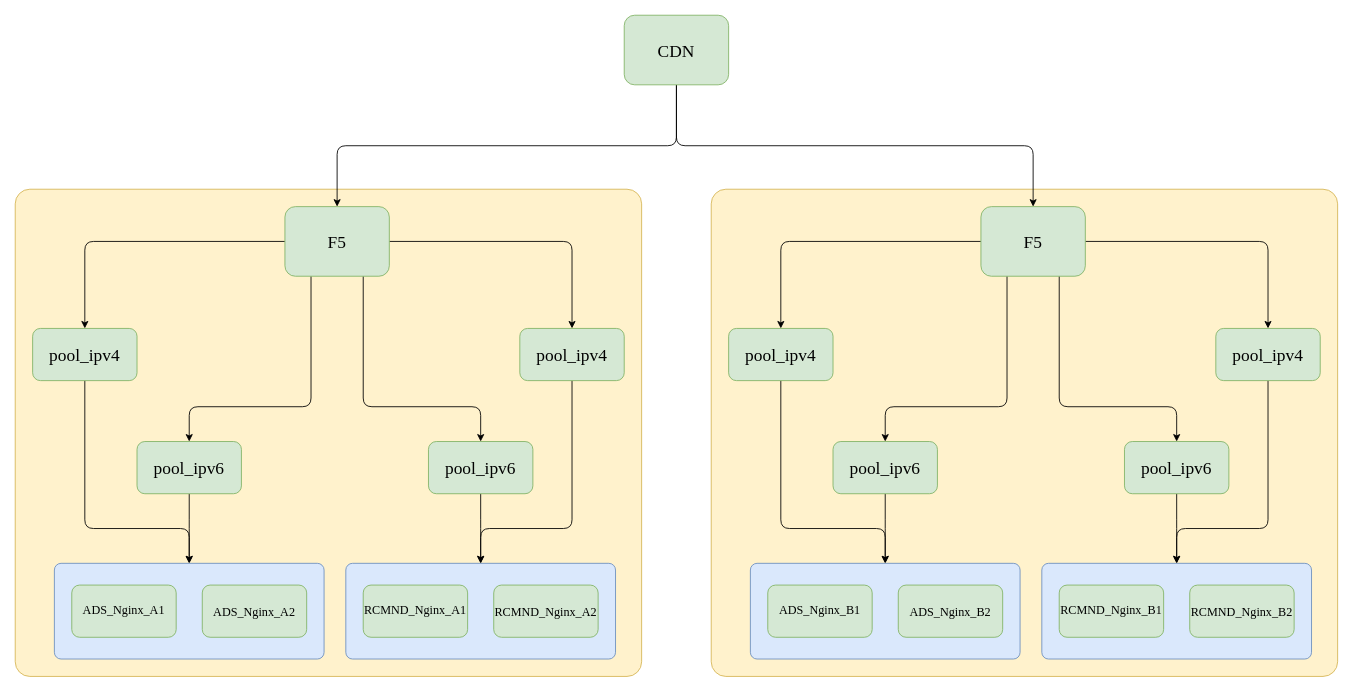
Above: 广告系统分流.drawio in TakingCoding4Granted/drawio (draw.io), before the change. Source tidied: cells renumbered, new cells numbered last; positions are measured from the earlier drawing's top-left corner, leaving out a move shared by most shapes. Both pictures are drawn from the tidied source at 87%, with x=0, y=0 at pixel (15, 15).
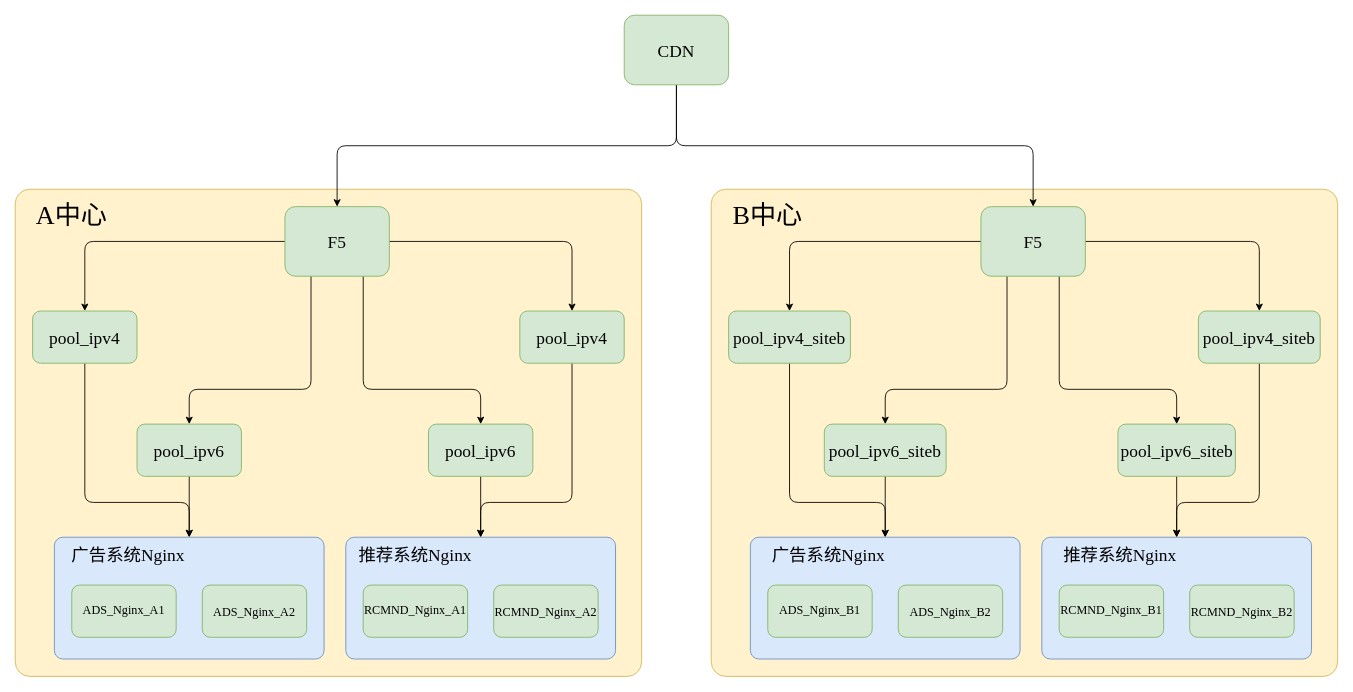
Above is the later version.

Commit message (it also covers changes not shown here):
更新广告系统分流.drawio

Unchanged cells that the change refers to:
```xml
<mxCell id="12" value="F5" style="rounded=1;whiteSpace=wrap;html=1;fontFamily=Times New Roman;fontSize=20;fillColor=#d5e8d4;strokeColor=#82b366;" parent="1" vertex="1">
  <mxGeometry x="310" y="220" width="120" height="80" as="geometry" />
</mxCell>
<mxCell id="31" value="F5" style="rounded=1;whiteSpace=wrap;html=1;fontFamily=Times New Roman;fontSize=20;fillColor=#d5e8d4;strokeColor=#82b366;" parent="1" vertex="1">
  <mxGeometry x="1110" y="220" width="120" height="80" as="geometry" />
</mxCell>
```

The edit, as a diff of the source:
```diff
@@
     <mxCell id="4" style="rounded=1;whiteSpace=wrap;html=1;fontFamily=Times New Roman;fontSize=14;fillColor=#dae8fc;strokeColor=#6c8ebf;arcSize=7;" parent="1" vertex="1">
-      <mxGeometry x="380" y="630" width="310" height="110" as="geometry" />
+      <mxGeometry x="380" y="600" width="310" height="140" as="geometry" />
     </mxCell>
@@
     <mxCell id="10" style="edgeStyle=elbowEdgeStyle;rounded=1;jettySize=auto;elbow=vertical;html=1;exitX=0.25;exitY=1;exitDx=0;exitDy=0;entryX=0.5;entryY=0;entryDx=0;entryDy=0;fontFamily=Times New Roman;fontSize=14;" parent="1" edge="1" source="12" target="16">
       <mxGeometry relative="1" as="geometry">
         <Array as="points">
-          <mxPoint x="340" y="450" />
+          <mxPoint x="280" y="430" />
         </Array>
       </mxGeometry>
     </mxCell>
     <mxCell id="11" style="edgeStyle=elbowEdgeStyle;rounded=1;jettySize=auto;elbow=vertical;html=1;exitX=0.75;exitY=1;exitDx=0;exitDy=0;fontFamily=Times New Roman;fontSize=14;entryX=0.5;entryY=0;entryDx=0;entryDy=0;" parent="1" edge="1" source="12" target="22">
       <mxGeometry relative="1" as="geometry">
         <Array as="points">
-          <mxPoint x="460" y="450" />
+          <mxPoint x="480" y="430" />
           <mxPoint x="440" y="500" />
         </Array>
       </mxGeometry>
     </mxCell>
@@
     <mxCell id="13" style="edgeStyle=elbowEdgeStyle;rounded=1;jettySize=auto;elbow=vertical;html=1;entryX=0.5;entryY=0;entryDx=0;entryDy=0;fontFamily=Times New Roman;fontSize=14;exitX=0.5;exitY=1;exitDx=0;exitDy=0;" parent="1" edge="1" source="14" target="23">
       <mxGeometry relative="1" as="geometry">
         <Array as="points">
-          <mxPoint x="140" y="590" />
+          <mxPoint x="140" y="560" />
         </Array>
       </mxGeometry>
     </mxCell>
     <mxCell id="14" value="pool_ipv4" style="rounded=1;whiteSpace=wrap;html=1;fontFamily=Times New Roman;fontSize=20;fillColor=#d5e8d4;strokeColor=#82b366;" parent="1" vertex="1">
-      <mxGeometry x="20" y="360" width="120" height="60" as="geometry" />
+      <mxGeometry x="20" y="340" width="120" height="60" as="geometry" />
     </mxCell>
@@
     <mxCell id="16" value="pool_ipv6" style="rounded=1;whiteSpace=wrap;html=1;fontFamily=Times New Roman;fontSize=20;fillColor=#d5e8d4;strokeColor=#82b366;" parent="1" vertex="1">
-      <mxGeometry x="140" y="490" width="120" height="60" as="geometry" />
+      <mxGeometry x="140" y="470" width="120" height="60" as="geometry" />
     </mxCell>
@@
     <mxCell id="19" style="edgeStyle=elbowEdgeStyle;rounded=1;jettySize=auto;elbow=vertical;html=1;exitX=0.5;exitY=1;exitDx=0;exitDy=0;entryX=0.5;entryY=0;entryDx=0;entryDy=0;fontFamily=Times New Roman;fontSize=14;" parent="1" edge="1" source="20" target="4">
       <mxGeometry relative="1" as="geometry">
         <Array as="points">
-          <mxPoint x="590" y="590" />
+          <mxPoint x="590" y="560" />
           <mxPoint x="650" y="720" />
           <mxPoint x="580" y="780" />
           <mxPoint x="560" y="590" />
           <mxPoint x="550" y="590" />
         </Array>
       </mxGeometry>
     </mxCell>
     <mxCell id="20" value="pool_ipv4" style="rounded=1;whiteSpace=wrap;html=1;fontFamily=Times New Roman;fontSize=20;fillColor=#d5e8d4;strokeColor=#82b366;" parent="1" vertex="1">
-      <mxGeometry x="580" y="360" width="120" height="60" as="geometry" />
+      <mxGeometry x="580" y="340" width="120" height="60" as="geometry" />
     </mxCell>
@@
     <mxCell id="22" value="&lt;span style=&quot;font-size: 20px;&quot;&gt;pool_ipv6&lt;/span&gt;" style="rounded=1;whiteSpace=wrap;html=1;fontFamily=Times New Roman;fontSize=20;fillColor=#d5e8d4;strokeColor=#82b366;" parent="1" vertex="1">
-      <mxGeometry x="475" y="490" width="120" height="60" as="geometry" />
+      <mxGeometry x="475" y="470" width="120" height="60" as="geometry" />
     </mxCell>
     <mxCell id="23" style="rounded=1;whiteSpace=wrap;html=1;fontFamily=Times New Roman;fontSize=14;fillColor=#dae8fc;strokeColor=#6c8ebf;arcSize=7;" parent="1" vertex="1">
-      <mxGeometry x="45" y="630" width="310" height="110" as="geometry" />
+      <mxGeometry x="45" y="600" width="310" height="140" as="geometry" />
     </mxCell>
@@
     <mxCell id="26" style="rounded=1;whiteSpace=wrap;html=1;fontFamily=Times New Roman;fontSize=14;fillColor=#dae8fc;strokeColor=#6c8ebf;arcSize=7;" parent="1" vertex="1">
-      <mxGeometry x="1180" y="630" width="310" height="110" as="geometry" />
+      <mxGeometry x="1180" y="600" width="310" height="140" as="geometry" />
     </mxCell>
@@
     <mxCell id="29" style="edgeStyle=elbowEdgeStyle;rounded=1;jettySize=auto;elbow=vertical;html=1;exitX=0.25;exitY=1;exitDx=0;exitDy=0;entryX=0.5;entryY=0;entryDx=0;entryDy=0;fontFamily=Times New Roman;fontSize=14;" parent="1" edge="1" source="31" target="35">
       <mxGeometry relative="1" as="geometry">
         <Array as="points">
-          <mxPoint x="1140" y="450" />
+          <mxPoint x="1070" y="430" />
         </Array>
       </mxGeometry>
     </mxCell>
     <mxCell id="30" style="edgeStyle=elbowEdgeStyle;rounded=1;jettySize=auto;elbow=vertical;html=1;exitX=0.75;exitY=1;exitDx=0;exitDy=0;fontFamily=Times New Roman;fontSize=14;entryX=0.5;entryY=0;entryDx=0;entryDy=0;" parent="1" edge="1" source="31" target="41">
       <mxGeometry relative="1" as="geometry">
         <Array as="points">
-          <mxPoint x="1260" y="450" />
+          <mxPoint x="1270" y="430" />
           <mxPoint x="1240" y="500" />
         </Array>
       </mxGeometry>
     </mxCell>
@@
     <mxCell id="32" style="edgeStyle=elbowEdgeStyle;rounded=1;jettySize=auto;elbow=vertical;html=1;entryX=0.5;entryY=0;entryDx=0;entryDy=0;fontFamily=Times New Roman;fontSize=14;exitX=0.5;exitY=1;exitDx=0;exitDy=0;" parent="1" edge="1" source="33" target="42">
       <mxGeometry relative="1" as="geometry">
         <Array as="points">
-          <mxPoint x="940" y="590" />
+          <mxPoint x="940" y="560" />
         </Array>
       </mxGeometry>
     </mxCell>
-    <mxCell id="33" value="pool_ipv4" style="rounded=1;whiteSpace=wrap;html=1;fontFamily=Times New Roman;fontSize=20;fillColor=#d5e8d4;strokeColor=#82b366;" parent="1" vertex="1">
-      <mxGeometry x="820" y="360" width="120" height="60" as="geometry" />
+    <mxCell id="33" value="pool_ipv4_siteb" style="rounded=1;whiteSpace=wrap;html=1;fontFamily=Times New Roman;fontSize=20;fillColor=#d5e8d4;strokeColor=#82b366;" parent="1" vertex="1">
+      <mxGeometry x="820" y="340" width="140" height="60" as="geometry" />
     </mxCell>
@@
-    <mxCell id="35" value="pool_ipv6" style="rounded=1;whiteSpace=wrap;html=1;fontFamily=Times New Roman;fontSize=20;fillColor=#d5e8d4;strokeColor=#82b366;" parent="1" vertex="1">
-      <mxGeometry x="940" y="490" width="120" height="60" as="geometry" />
+    <mxCell id="35" value="pool_ipv6_siteb" style="rounded=1;whiteSpace=wrap;html=1;fontFamily=Times New Roman;fontSize=20;fillColor=#d5e8d4;strokeColor=#82b366;" parent="1" vertex="1">
+      <mxGeometry x="930" y="470" width="140" height="60" as="geometry" />
     </mxCell>
@@
     <mxCell id="38" style="edgeStyle=elbowEdgeStyle;rounded=1;jettySize=auto;elbow=vertical;html=1;exitX=0.5;exitY=1;exitDx=0;exitDy=0;entryX=0.5;entryY=0;entryDx=0;entryDy=0;fontFamily=Times New Roman;fontSize=14;" parent="1" edge="1" source="39" target="26">
       <mxGeometry relative="1" as="geometry">
         <Array as="points">
-          <mxPoint x="1390" y="590" />
+          <mxPoint x="1390" y="560" />
           <mxPoint x="1450" y="720" />
           <mxPoint x="1380" y="780" />
           <mxPoint x="1360" y="590" />
           <mxPoint x="1350" y="590" />
         </Array>
       </mxGeometry>
     </mxCell>
-    <mxCell id="39" value="pool_ipv4" style="rounded=1;whiteSpace=wrap;html=1;fontFamily=Times New Roman;fontSize=20;fillColor=#d5e8d4;strokeColor=#82b366;" parent="1" vertex="1">
-      <mxGeometry x="1380" y="360" width="120" height="60" as="geometry" />
+    <mxCell id="39" value="pool_ipv4_siteb" style="rounded=1;whiteSpace=wrap;html=1;fontFamily=Times New Roman;fontSize=20;fillColor=#d5e8d4;strokeColor=#82b366;" parent="1" vertex="1">
+      <mxGeometry x="1360" y="340" width="140" height="60" as="geometry" />
     </mxCell>
@@
-    <mxCell id="41" value="&lt;span style=&quot;font-size: 20px;&quot;&gt;pool_ipv6&lt;/span&gt;" style="rounded=1;whiteSpace=wrap;html=1;fontFamily=Times New Roman;fontSize=20;fillColor=#d5e8d4;strokeColor=#82b366;" parent="1" vertex="1">
-      <mxGeometry x="1275" y="490" width="120" height="60" as="geometry" />
+    <mxCell id="41" value="&lt;span style=&quot;font-size: 20px&quot;&gt;pool_ipv6&lt;/span&gt;_siteb" style="rounded=1;whiteSpace=wrap;html=1;fontFamily=Times New Roman;fontSize=20;fillColor=#d5e8d4;strokeColor=#82b366;" parent="1" vertex="1">
+      <mxGeometry x="1267.5" y="470" width="135" height="60" as="geometry" />
     </mxCell>
     <mxCell id="42" style="rounded=1;whiteSpace=wrap;html=1;fontFamily=Times New Roman;fontSize=14;fillColor=#dae8fc;strokeColor=#6c8ebf;arcSize=7;" parent="1" vertex="1">
-      <mxGeometry x="845" y="630" width="310" height="110" as="geometry" />
+      <mxGeometry x="845" y="600" width="310" height="140" as="geometry" />
     </mxCell>
@@
+    <mxCell id="45" value="A中心" style="text;html=1;strokeColor=none;fillColor=none;align=center;verticalAlign=middle;whiteSpace=wrap;rounded=0;fontFamily=Times New Roman;fontSize=30;" parent="1" vertex="1">
+      <mxGeometry x="20" y="220" width="90" height="20" as="geometry" />
+    </mxCell>
+    <mxCell id="46" value="B中心" style="text;html=1;strokeColor=none;fillColor=none;align=center;verticalAlign=middle;whiteSpace=wrap;rounded=0;fontFamily=Times New Roman;fontSize=30;" parent="1" vertex="1">
+      <mxGeometry x="820" y="220" width="90" height="20" as="geometry" />
+    </mxCell>
+    <mxCell id="47" value="广告系统Nginx" style="text;html=1;strokeColor=none;fillColor=none;align=center;verticalAlign=middle;whiteSpace=wrap;rounded=0;fontFamily=Times New Roman;fontSize=20;" parent="1" vertex="1">
+      <mxGeometry x="50" y="610" width="160" height="20" as="geometry" />
+    </mxCell>
+    <mxCell id="48" value="广告系统Nginx" style="text;html=1;strokeColor=none;fillColor=none;align=center;verticalAlign=middle;whiteSpace=wrap;rounded=0;fontFamily=Times New Roman;fontSize=20;" parent="1" vertex="1">
+      <mxGeometry x="855" y="610" width="160" height="20" as="geometry" />
+    </mxCell>
+    <mxCell id="49" value="推荐系统Nginx" style="text;html=1;strokeColor=none;fillColor=none;align=center;verticalAlign=middle;whiteSpace=wrap;rounded=0;fontFamily=Times New Roman;fontSize=20;" parent="1" vertex="1">
+      <mxGeometry x="380" y="610" width="160" height="20" as="geometry" />
+    </mxCell>
+    <mxCell id="50" value="推荐系统Nginx" style="text;html=1;strokeColor=none;fillColor=none;align=center;verticalAlign=middle;whiteSpace=wrap;rounded=0;fontFamily=Times New Roman;fontSize=20;" parent="1" vertex="1">
+      <mxGeometry x="1190" y="610" width="160" height="20" as="geometry" />
+    </mxCell>
```
